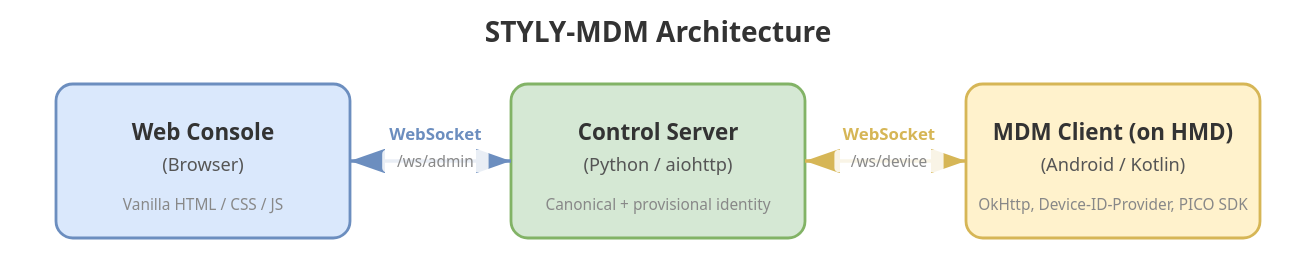
This is docs/architecture.drawio.svg from styly-dev/STYLY-MDM, a draw.io export, as it was before one commit. Source tidied: cells renumbered, new cells last; positions are measured from the earlier drawing's top-left corner, leaving out a move shared by most shapes.
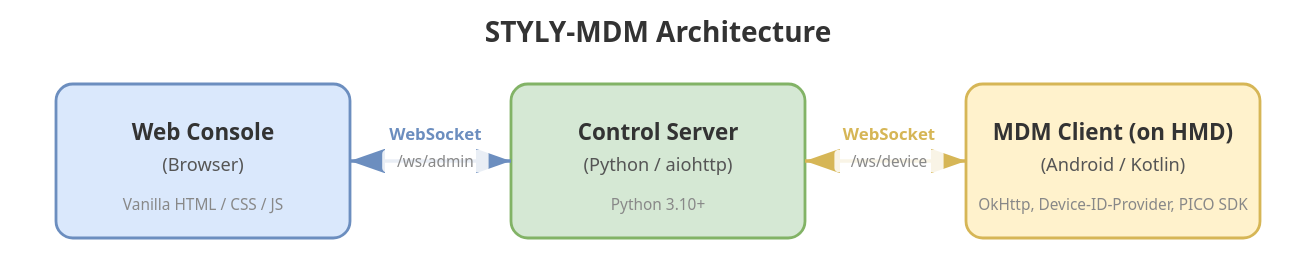
Above is the later version.

What changed in the source:
```diff
@@ -17,8 +17,8 @@
     <mxCell id="6" value="&lt;b&gt;Control Server&lt;/b&gt;&lt;br&gt;(Python / aiohttp)" style="text;html=1;align=center;verticalAlign=middle;" parent="1" vertex="1">
       <mxGeometry x="365" y="85" width="130" height="50" as="geometry" />
     </mxCell>
-    <mxCell id="7" value="Canonical + provisional identity" style="text;html=1;align=center;verticalAlign=middle;fontColor=#666666;fontSize=10;" parent="1" vertex="1">
-      <mxGeometry x="350" y="135" width="160" height="20" as="geometry" />
+    <mxCell id="7" value="Python 3.10+" style="text;html=1;align=center;verticalAlign=middle;fontColor=#666666;fontSize=10;" parent="1" vertex="1">
+      <mxGeometry x="370" y="135" width="120" height="20" as="geometry" />
     </mxCell>
     <mxCell id="8" style="rounded=1;whiteSpace=wrap;html=1;fillColor=#fff2cc;strokeColor=#d6b656;arcSize=10;" parent="1" vertex="1">
       <mxGeometry x="660" y="60" width="200" height="100" as="geometry" />
```
